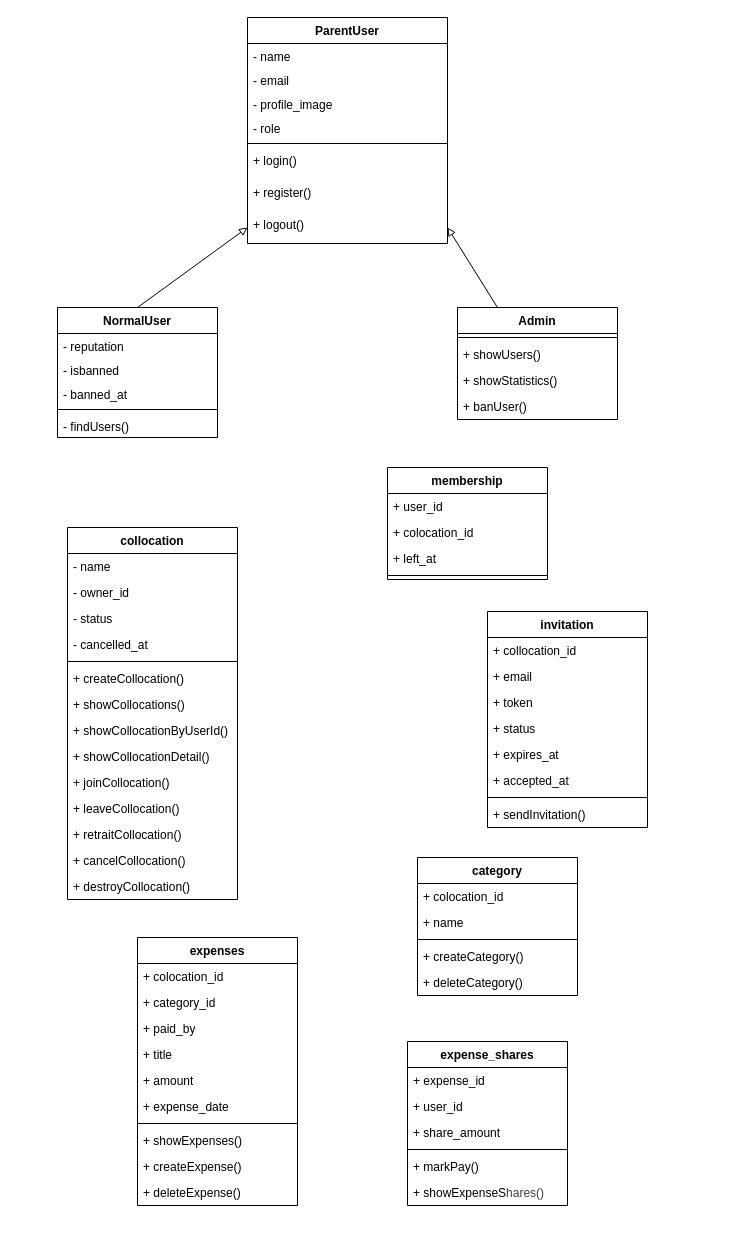
This is schema/class-diagram.drawio from amineElgaini/easycloc, a draw.io file, before an edit. Source tidied: cells renumbered, new cells numbered last; positions are measured from the earlier drawing's top-left corner, leaving out a move shared by most shapes. Both pictures are drawn from the tidied source at 100%, with x=0, y=0 at pixel (57, 17).
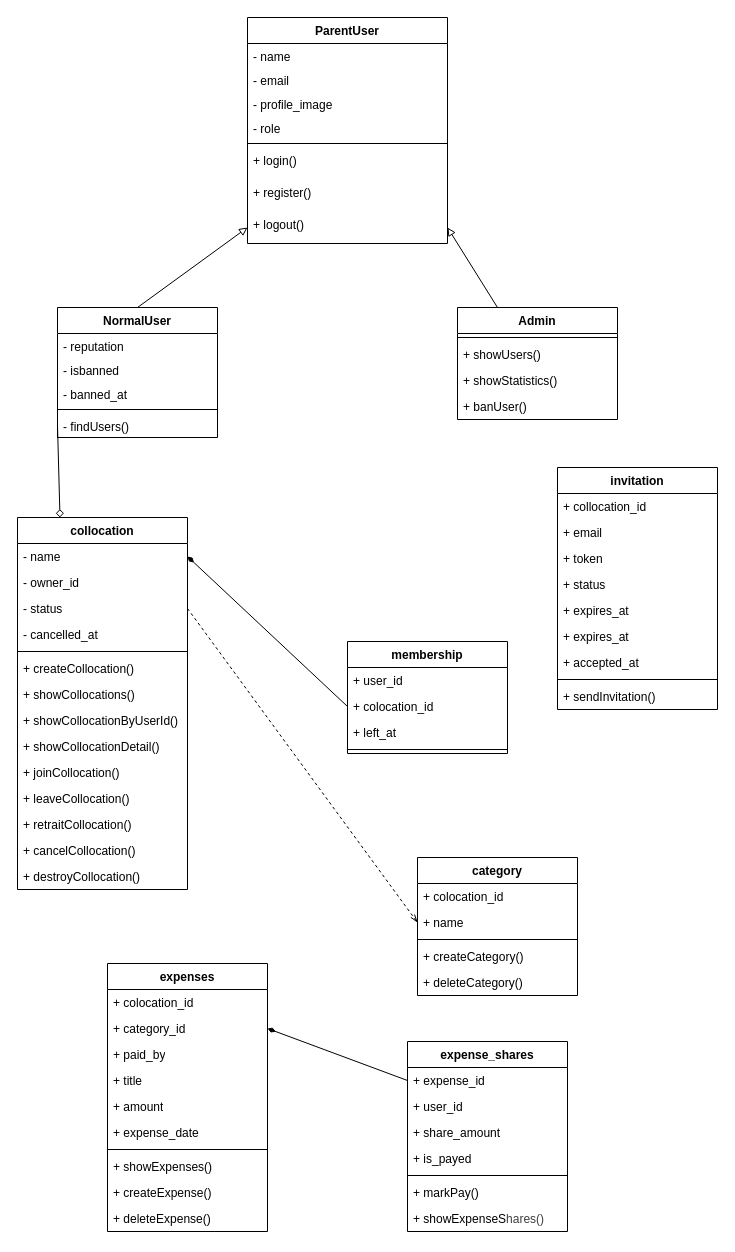
The same page after the edit.

The change refers to these unchanged cells:
```xml
<mxCell id="8" value="- findUsers()" style="text;strokeColor=none;fillColor=none;align=left;verticalAlign=top;spacingLeft=4;spacingRight=4;overflow=hidden;points=[[0,0.5],[1,0.5]];portConstraint=eastwest;whiteSpace=wrap;html=1;" parent="3" vertex="1">
  <mxGeometry y="106" width="160" height="24" as="geometry" />
</mxCell>
<mxCell id="25" value="- name" style="text;strokeColor=none;fillColor=none;align=left;verticalAlign=top;spacingLeft=4;spacingRight=4;overflow=hidden;points=[[0,0.5],[1,0.5]];portConstraint=eastwest;whiteSpace=wrap;html=1;" parent="24" vertex="1">
  <mxGeometry y="26" width="170" height="26" as="geometry" />
</mxCell>
<mxCell id="27" value="- status" style="text;strokeColor=none;fillColor=none;align=left;verticalAlign=top;spacingLeft=4;spacingRight=4;overflow=hidden;points=[[0,0.5],[1,0.5]];portConstraint=eastwest;whiteSpace=wrap;html=1;" parent="24" vertex="1">
  <mxGeometry y="78" width="170" height="26" as="geometry" />
</mxCell>
<mxCell id="41" value="+ colocation_id" style="text;strokeColor=none;fillColor=none;align=left;verticalAlign=top;spacingLeft=4;spacingRight=4;overflow=hidden;points=[[0,0.5],[1,0.5]];portConstraint=eastwest;whiteSpace=wrap;html=1;" parent="39" vertex="1">
  <mxGeometry y="52" width="160" height="26" as="geometry" />
</mxCell>
<mxCell id="55" value="+ name" style="text;strokeColor=none;fillColor=none;align=left;verticalAlign=top;spacingLeft=4;spacingRight=4;overflow=hidden;points=[[0,0.5],[1,0.5]];portConstraint=eastwest;whiteSpace=wrap;html=1;" parent="53" vertex="1">
  <mxGeometry y="52" width="160" height="26" as="geometry" />
</mxCell>
<mxCell id="61" value="+ category_id" style="text;strokeColor=none;fillColor=none;align=left;verticalAlign=top;spacingLeft=4;spacingRight=4;overflow=hidden;points=[[0,0.5],[1,0.5]];portConstraint=eastwest;whiteSpace=wrap;html=1;" parent="59" vertex="1">
  <mxGeometry y="52" width="160" height="26" as="geometry" />
</mxCell>
<mxCell id="71" value="+ expense_id" style="text;strokeColor=none;fillColor=none;align=left;verticalAlign=top;spacingLeft=4;spacingRight=4;overflow=hidden;points=[[0,0.5],[1,0.5]];portConstraint=eastwest;whiteSpace=wrap;html=1;" parent="70" vertex="1">
  <mxGeometry y="26" width="160" height="26" as="geometry" />
</mxCell>
```

Change to the diagram source:
```diff
@@
     <mxCell id="24" value="collocation" style="swimlane;fontStyle=1;align=center;verticalAlign=top;horizontal=1;startSize=26;whiteSpace=wrap;html=1;" parent="1" vertex="1">
-      <mxGeometry x="10" y="510" width="170" height="372" as="geometry" />
+      <mxGeometry x="-40" y="500" width="170" height="372" as="geometry" />
     </mxCell>
@@
     <mxCell id="39" value="membership" style="swimlane;fontStyle=1;align=center;verticalAlign=top;horizontal=1;startSize=26;whiteSpace=wrap;html=1;" parent="1" vertex="1">
-      <mxGeometry x="330" y="450" width="160" height="112" as="geometry" />
+      <mxGeometry x="290" y="624" width="160" height="112" as="geometry" />
     </mxCell>
@@
     <mxCell id="44" value="invitation" style="swimlane;fontStyle=1;align=center;verticalAlign=top;horizontal=1;startSize=26;whiteSpace=wrap;html=1;" parent="1" vertex="1">
-      <mxGeometry x="430" y="594" width="160" height="216" as="geometry" />
+      <mxGeometry x="500" y="450" width="160" height="242" as="geometry" />
     </mxCell>
@@
+    <mxCell id="77" value="+ expires_at" style="text;strokeColor=none;fillColor=none;align=left;verticalAlign=top;spacingLeft=4;spacingRight=4;overflow=hidden;whiteSpace=wrap;html=1;" parent="44" vertex="1">
+      <mxGeometry y="130" width="160" height="26" as="geometry" />
+    </mxCell>
     <mxCell id="49" value="+ expires_at" style="text;strokeColor=none;fillColor=none;align=left;verticalAlign=top;spacingLeft=4;spacingRight=4;overflow=hidden;whiteSpace=wrap;html=1;" parent="44" vertex="1">
-      <mxGeometry y="130" width="160" height="26" as="geometry" />
+      <mxGeometry y="156" width="160" height="26" as="geometry" />
     </mxCell>
     <mxCell id="50" value="+ accepted_at" style="text;strokeColor=none;fillColor=none;align=left;verticalAlign=top;spacingLeft=4;spacingRight=4;overflow=hidden;whiteSpace=wrap;html=1;" parent="44" vertex="1">
-      <mxGeometry y="156" width="160" height="26" as="geometry" />
+      <mxGeometry y="182" width="160" height="26" as="geometry" />
     </mxCell>
     <mxCell id="51" style="line;strokeWidth=1;fillColor=none;align=left;verticalAlign=middle;spacingTop=-1;spacingLeft=3;spacingRight=3;labelPosition=right;strokeColor=inherit;" parent="44" vertex="1">
-      <mxGeometry y="182" width="160" height="8" as="geometry" />
+      <mxGeometry y="208" width="160" height="8" as="geometry" />
     </mxCell>
     <mxCell id="52" value="+ sendInvitation()" style="text;strokeColor=none;fillColor=none;align=left;verticalAlign=top;spacingLeft=4;spacingRight=4;overflow=hidden;whiteSpace=wrap;html=1;" parent="44" vertex="1">
-      <mxGeometry y="190" width="160" height="26" as="geometry" />
+      <mxGeometry y="216" width="160" height="26" as="geometry" />
     </mxCell>
@@
     <mxCell id="59" value="expenses" style="swimlane;fontStyle=1;align=center;verticalAlign=top;horizontal=1;startSize=26;whiteSpace=wrap;html=1;" parent="1" vertex="1">
-      <mxGeometry x="80" y="920" width="160" height="268" as="geometry" />
+      <mxGeometry x="50" y="946" width="160" height="268" as="geometry" />
     </mxCell>
@@
     <mxCell id="70" value="expense_shares" style="swimlane;fontStyle=1;align=center;verticalAlign=top;horizontal=1;startSize=26;whiteSpace=wrap;html=1;" parent="1" vertex="1">
-      <mxGeometry x="350" y="1024" width="160" height="164" as="geometry" />
+      <mxGeometry x="350" y="1024" width="160" height="190" as="geometry" />
     </mxCell>
@@
+    <mxCell id="78" value="+ is_payed" style="text;strokeColor=none;fillColor=none;align=left;verticalAlign=top;spacingLeft=4;spacingRight=4;overflow=hidden;whiteSpace=wrap;html=1;" parent="70" vertex="1">
+      <mxGeometry y="104" width="160" height="26" as="geometry" />
+    </mxCell>
     <mxCell id="74" style="line;strokeWidth=1;fillColor=none;align=left;verticalAlign=middle;spacingTop=-1;spacingLeft=3;spacingRight=3;labelPosition=right;strokeColor=inherit;" parent="70" vertex="1">
-      <mxGeometry y="104" width="160" height="8" as="geometry" />
+      <mxGeometry y="130" width="160" height="8" as="geometry" />
     </mxCell>
     <mxCell id="75" value="+ markPay()" style="text;strokeColor=none;fillColor=none;align=left;verticalAlign=top;spacingLeft=4;spacingRight=4;overflow=hidden;whiteSpace=wrap;html=1;" parent="70" vertex="1">
-      <mxGeometry y="112" width="160" height="26" as="geometry" />
+      <mxGeometry y="138" width="160" height="26" as="geometry" />
     </mxCell>
     <mxCell id="76" value="+ showExpenseS&lt;span style=&quot;color: rgb(63, 63, 63); background-color: transparent;&quot;&gt;hares()&lt;/span&gt;" style="text;strokeColor=none;fillColor=none;align=left;verticalAlign=top;spacingLeft=4;spacingRight=4;overflow=hidden;whiteSpace=wrap;html=1;" parent="70" vertex="1">
-      <mxGeometry y="138" width="160" height="26" as="geometry" />
+      <mxGeometry y="164" width="160" height="26" as="geometry" />
     </mxCell>
+    <mxCell id="79" style="edgeStyle=none;html=1;exitX=0;exitY=0.5;exitDx=0;exitDy=0;entryX=1;entryY=0.5;entryDx=0;entryDy=0;endArrow=diamondThin;endFill=1;" parent="1" edge="1" source="71" target="61">
+      <mxGeometry relative="1" as="geometry" />
+    </mxCell>
+    <mxCell id="80" style="edgeStyle=none;html=1;exitX=1;exitY=0.5;exitDx=0;exitDy=0;entryX=0;entryY=0.5;entryDx=0;entryDy=0;dashed=1;endArrow=openThin;endFill=0;" parent="1" edge="1" source="27" target="55">
+      <mxGeometry relative="1" as="geometry" />
+    </mxCell>
+    <mxCell id="81" style="edgeStyle=none;html=1;exitX=0;exitY=0.5;exitDx=0;exitDy=0;entryX=1;entryY=0.5;entryDx=0;entryDy=0;endArrow=diamondThin;endFill=1;" parent="1" edge="1" source="41" target="25">
+      <mxGeometry relative="1" as="geometry" />
+    </mxCell>
+    <mxCell id="82" style="edgeStyle=none;html=1;exitX=0;exitY=0.5;exitDx=0;exitDy=0;entryX=0.25;entryY=0;entryDx=0;entryDy=0;endArrow=diamond;endFill=0;" parent="1" edge="1" source="8" target="24">
+      <mxGeometry relative="1" as="geometry" />
+    </mxCell>
```
